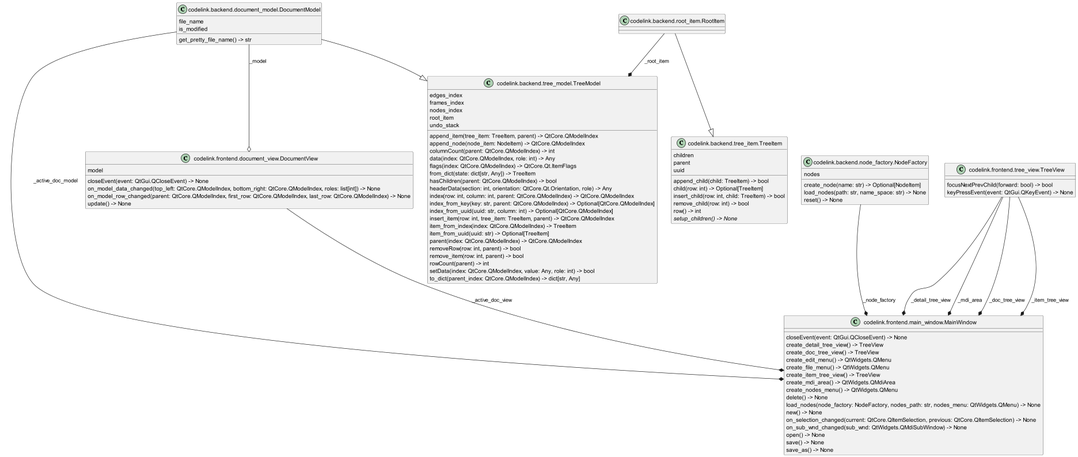
Earlier version of the PlantUML export img/frontend_classes.png (j8sr0230/codelink).
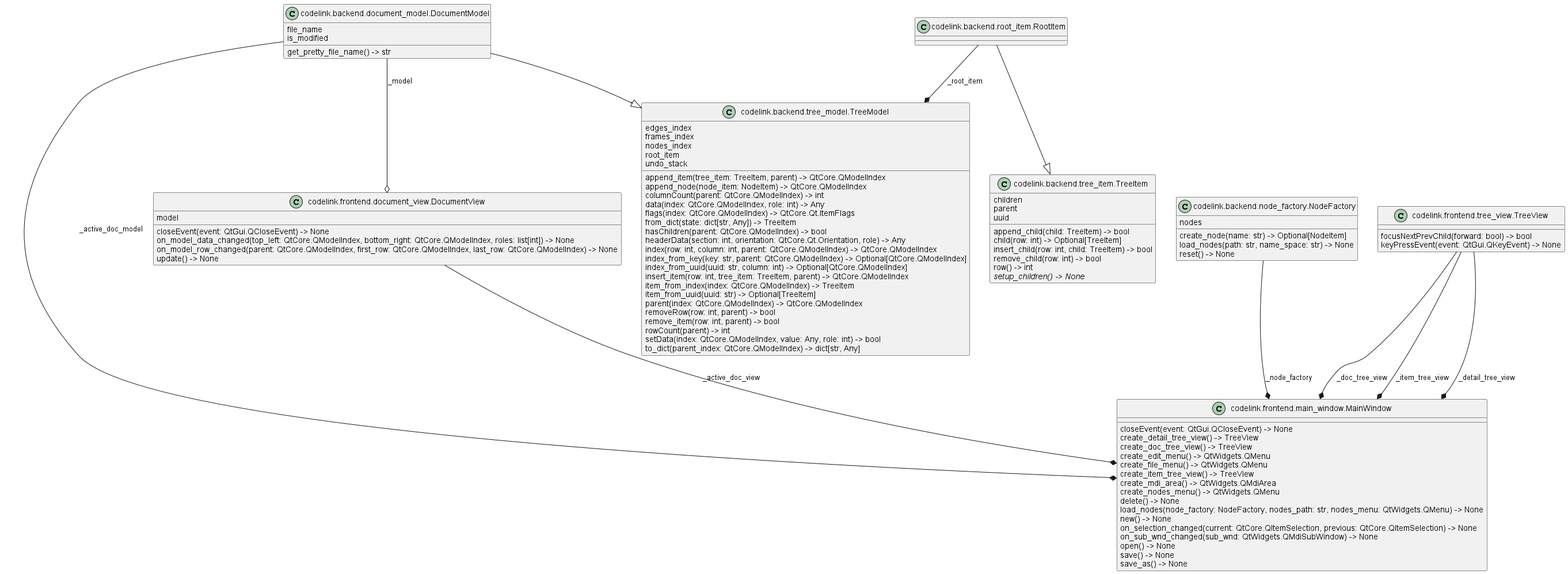
Above is the later version.

The edit, as a diff of the source:
```diff
@@ -86,7 +86,6 @@
 codelink.backend.node_factory.NodeFactory --* codelink.frontend.main_window.MainWindow : _node_factory
 codelink.backend.root_item.RootItem --* codelink.backend.tree_model.TreeModel : _root_item
 codelink.frontend.document_view.DocumentView --* codelink.frontend.main_window.MainWindow : _active_doc_view
-codelink.frontend.tree_view.TreeView --* codelink.frontend.main_window.MainWindow : _mdi_area
 codelink.frontend.tree_view.TreeView --* codelink.frontend.main_window.MainWindow : _doc_tree_view
 codelink.frontend.tree_view.TreeView --* codelink.frontend.main_window.MainWindow : _item_tree_view
 codelink.frontend.tree_view.TreeView --* codelink.frontend.main_window.MainWindow : _detail_tree_view
```
